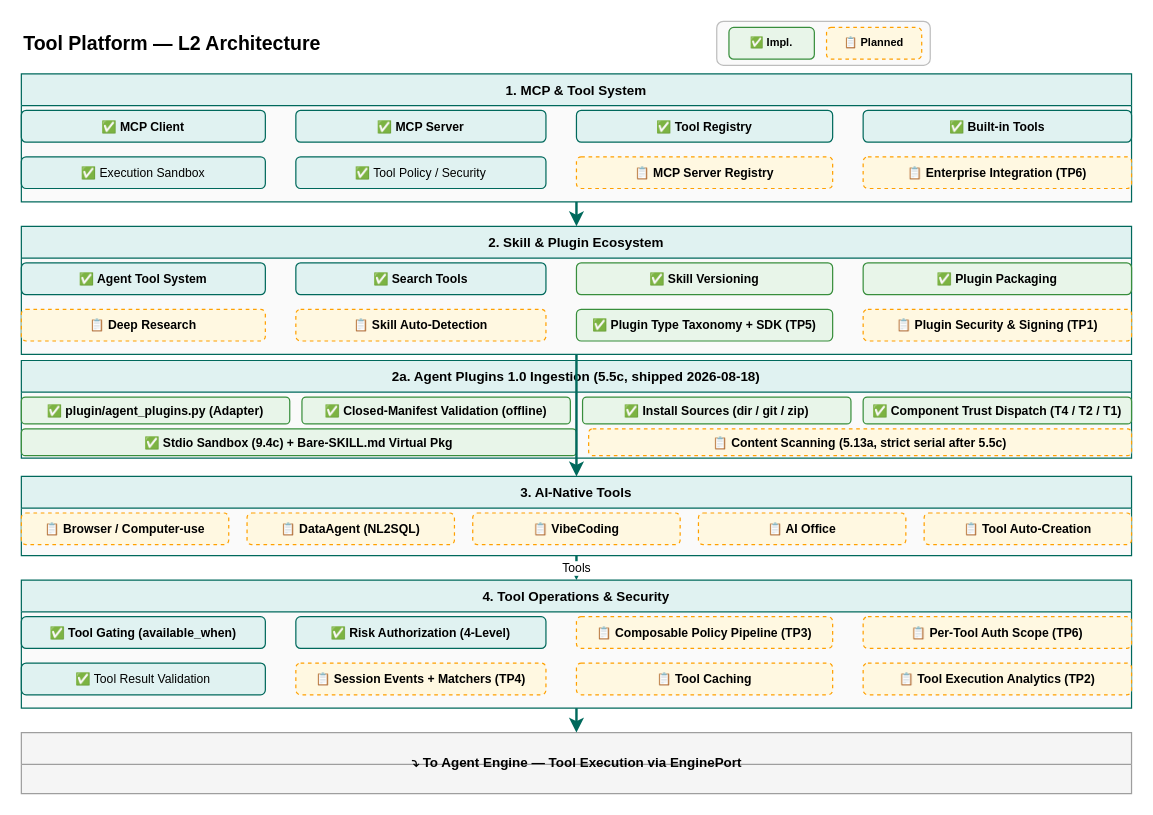
The draw.io diagram docs/design/hardware/tool-platform-l2.drawio in xueyufish/hecate, before the edit. Source tidied: cells renumbered, new cells numbered last; positions are measured from the earlier drawing's top-left corner, leaving out a move shared by most shapes. Both pictures are drawn from the tidied source at 122%, with x=0, y=0 at pixel (21, 21).
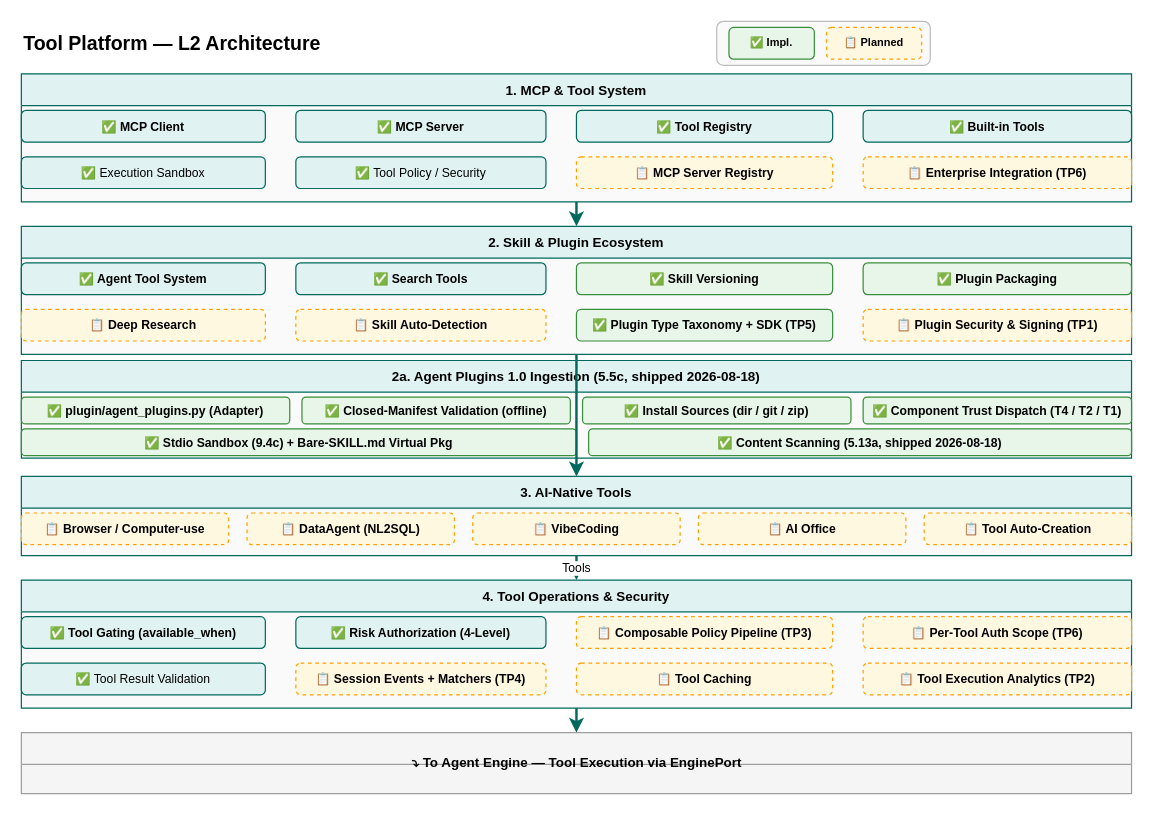
The same page after the edit.

The change refers to these unchanged cells:
```xml
<mxCell id="24" value="2a. Agent Plugins 1.0 Ingestion (5.5c, shipped 2026-08-18)" style="swimlane;startSize=26;fillColor=#E0F2F1;strokeColor=#00695C;fontSize=11;fontStyle=1;swimlaneFillColor=#FAFAFA;" parent="1" vertex="1">
  <mxGeometry y="278" width="910" height="80" as="geometry" />
</mxCell>
```

Diff of the diagram source:
```diff
@@
-    <mxCell id="30" value="📋 Content Scanning (5.13a, strict serial after 5.5c)" style="rounded=1;whiteSpace=wrap;html=1;fillColor=#FFF8E1;strokeColor=#FFA000;fontSize=10;fontStyle=1;dashed=1;" parent="24" vertex="1">
+    <mxCell id="30" value="✅ Content Scanning (5.13a, shipped 2026-08-18)" style="rounded=1;whiteSpace=wrap;html=1;fillColor=#E8F5E9;strokeColor=#388E3C;fontSize=10;fontStyle=1;" parent="24" vertex="1">
       <mxGeometry x="465" y="56" width="445" height="22" as="geometry" />
     </mxCell>
```
